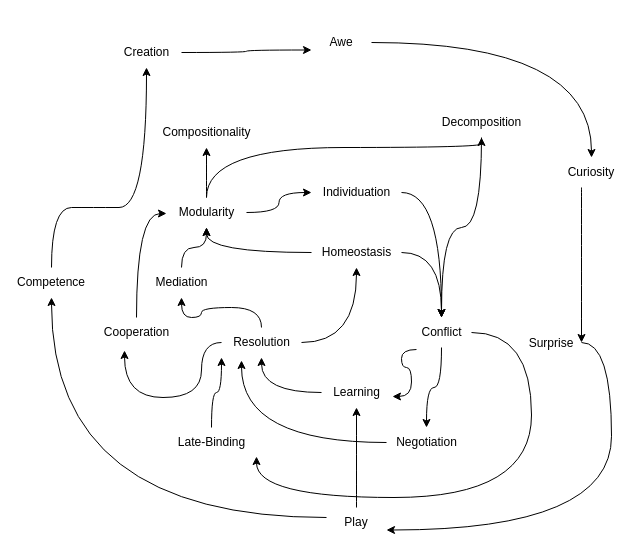
Before: knowing_cycles.drawio in codeaudit/1, a draw.io diagram. Source tidied: cells renumbered, new cells numbered last; positions are measured from the earlier drawing's top-left corner, leaving out a move shared by most shapes. Both pictures are drawn from the tidied source at 100%, with x=0, y=0 at pixel (21, 27).
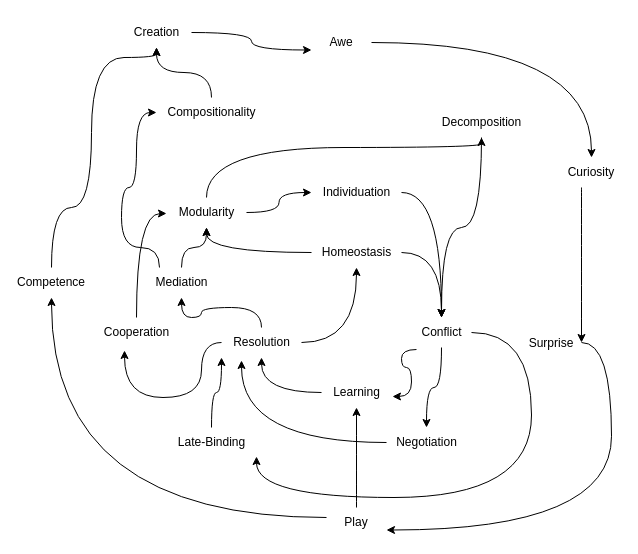
After the change.

The change refers to these unchanged cells:
```xml
<mxCell id="12" value="Competence" style="text;html=1;strokeColor=none;fillColor=none;align=center;verticalAlign=middle;whiteSpace=wrap;rounded=0;" parent="1" vertex="1">
  <mxGeometry y="240" width="60" height="30" as="geometry" />
</mxCell>
<mxCell id="30" value="Modularity" style="text;html=1;align=center;verticalAlign=middle;points=[];strokeColor=none;fillColor=none;" parent="1" vertex="1">
  <mxGeometry x="145" y="170" width="80" height="30" as="geometry" />
</mxCell>
<mxCell id="38" value="Mediation" style="text;html=1;align=center;verticalAlign=middle;points=[];strokeColor=none;fillColor=none;rounded=0;" parent="1" vertex="1">
  <mxGeometry x="120" y="240" width="80" height="30" as="geometry" />
</mxCell>
```

Diff of the diagram source:
```diff
@@
     <mxCell id="11" style="edgeStyle=orthogonalEdgeStyle;jettySize=auto;html=1;curved=1;" parent="1" edge="1" source="12" target="14">
       <mxGeometry relative="1" as="geometry">
         <Array as="points">
+          <mxPoint x="30" y="180" />
           <mxPoint x="70" y="180" />
-          <mxPoint x="65" y="180" />
+          <mxPoint x="70" y="30" />
         </Array>
       </mxGeometry>
     </mxCell>
@@
     <mxCell id="14" value="Creation" style="text;html=1;align=center;verticalAlign=middle;points=[];strokeColor=none;fillColor=none;" parent="1" vertex="1">
-      <mxGeometry x="90" y="10" width="70" height="30" as="geometry" />
+      <mxGeometry x="100" y="-10" width="70" height="30" as="geometry" />
     </mxCell>
@@
-    <mxCell id="28" style="edgeStyle=orthogonalEdgeStyle;curved=1;jettySize=auto;html=1;" parent="1" edge="1" source="30" target="31">
-      <mxGeometry relative="1" as="geometry" />
+    <mxCell id="28" style="edgeStyle=orthogonalEdgeStyle;curved=1;jettySize=auto;html=1;" parent="1" edge="1" source="38" target="31">
+      <mxGeometry relative="1" as="geometry">
+        <Array as="points">
+          <mxPoint x="138" y="220" />
+          <mxPoint x="100" y="220" />
+          <mxPoint x="100" y="160" />
+          <mxPoint x="115" y="160" />
+          <mxPoint x="115" y="85" />
+        </Array>
+      </mxGeometry>
     </mxCell>
@@
+    <mxCell id="45" style="edgeStyle=orthogonalEdgeStyle;curved=1;jettySize=auto;html=1;" parent="1" edge="1" source="31" target="14">
+      <mxGeometry relative="1" as="geometry" />
+    </mxCell>
     <mxCell id="31" value="Compositionality" style="text;html=1;align=center;verticalAlign=middle;points=[];strokeColor=none;fillColor=none;" parent="1" vertex="1">
-      <mxGeometry x="130" y="90" width="110" height="30" as="geometry" />
+      <mxGeometry x="135" y="70" width="110" height="30" as="geometry" />
     </mxCell>
```
